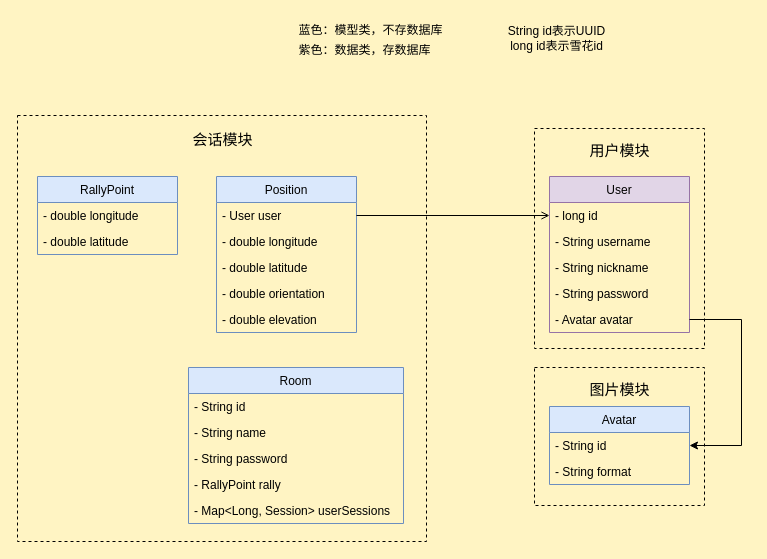
Above: page "类图" (1 of 4) of findMe-UML.dio in swsk33/find-me-cloud (draw.io), before the change. Source tidied: cells renumbered, new cells numbered last; positions are measured from the earlier drawing's top-left corner, leaving out a move shared by most shapes. Both pictures are drawn from the tidied source at 100%, with x=0, y=0 at pixel (17, 17).
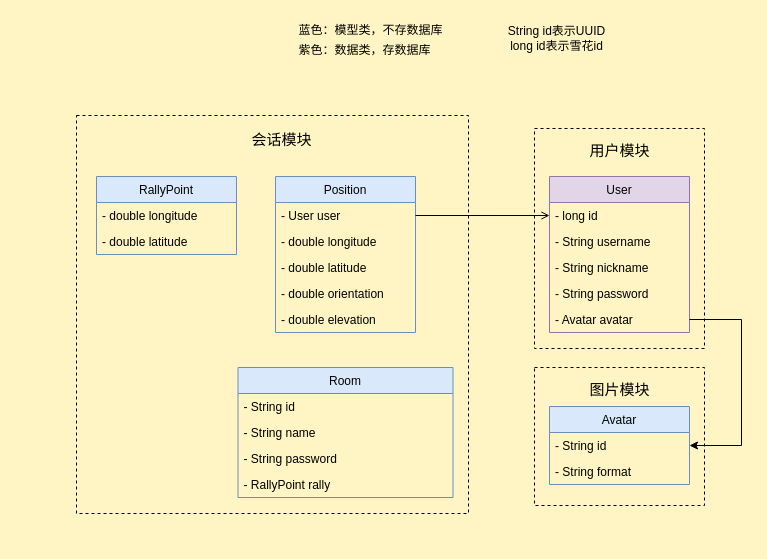
The same page after the edit.

Diff of the diagram source:
```diff
@@
     <mxCell id="4" style="rounded=0;whiteSpace=wrap;html=1;fillColor=none;dashed=1;" parent="1" vertex="1">
-      <mxGeometry y="98" width="409" height="426" as="geometry" />
+      <mxGeometry x="59" y="98" width="392" height="398" as="geometry" />
     </mxCell>
@@
     <mxCell id="12" value="Position" style="swimlane;fontStyle=0;horizontal=1;startSize=26;fillColor=#dae8fc;strokeColor=#6c8ebf;" parent="1" vertex="1">
-      <mxGeometry x="199" y="159" width="140" height="156" as="geometry" />
+      <mxGeometry x="258" y="159" width="140" height="156" as="geometry" />
     </mxCell>
@@
     <mxCell id="22" value="Room" style="swimlane;fontStyle=0;horizontal=1;startSize=26;fillColor=#dae8fc;strokeColor=#6c8ebf;" parent="1" vertex="1">
-      <mxGeometry x="171" y="350" width="215" height="156" as="geometry" />
+      <mxGeometry x="220.5" y="350" width="215" height="130" as="geometry" />
     </mxCell>
@@
-    <mxCell id="27" value="- Map&lt;Long, Session&gt; userSessions" style="text;strokeColor=none;fillColor=none;align=left;verticalAlign=top;spacingLeft=4;spacingRight=4;overflow=hidden;" parent="22" vertex="1">
-      <mxGeometry y="130" width="215" height="26" as="geometry" />
-    </mxCell>
@@
     <mxCell id="30" value="&lt;font style=&quot;font-size: 15px;&quot;&gt;会话模块&lt;/font&gt;" style="text;html=1;align=center;verticalAlign=middle;strokeColor=none;fillColor=none;" parent="1" vertex="1">
-      <mxGeometry x="165.5" y="107" width="78" height="30" as="geometry" />
+      <mxGeometry x="224.5" y="107" width="78" height="30" as="geometry" />
     </mxCell>
     <mxCell id="31" value="RallyPoint" style="swimlane;fontStyle=0;horizontal=1;startSize=26;fillColor=#dae8fc;strokeColor=#6c8ebf;" parent="1" vertex="1">
-      <mxGeometry x="20" y="159" width="140" height="78" as="geometry" />
+      <mxGeometry x="79" y="159" width="140" height="78" as="geometry" />
     </mxCell>
```
